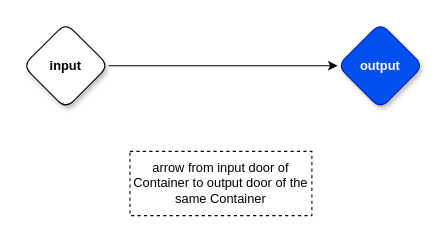
This is page "through" (15 of 31) of DPL syntax/DPL syntax.drawio from guitarvydas/0dproto, a draw.io file, before an edit. Source tidied: cells renumbered, new cells numbered last; positions are measured from the earlier drawing's top-left corner, leaving out a move shared by most shapes. Both pictures are drawn from the tidied source at 107%, with x=0, y=0 at pixel (22, 22).
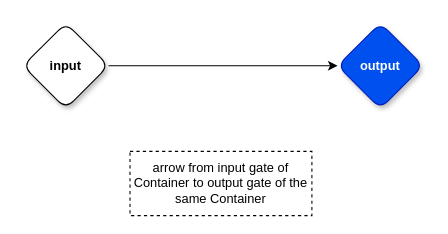
The same diagram, later.

Diff of the diagram source:
```diff
@@
 <mxGraphModel>
   <root>
     <mxCell id="0" />
     <mxCell id="1" parent="0" />
     <mxCell id="2" style="edgeStyle=orthogonalEdgeStyle;rounded=0;jettySize=auto;html=1;exitX=1;exitY=0.5;exitDx=0;exitDy=0;exitPerimeter=0;entryX=0;entryY=0.5;entryDx=0;entryDy=0;entryPerimeter=0;" parent="1" edge="1" source="3" target="4">
       <mxGeometry relative="1" as="geometry" />
     </mxCell>
     <mxCell id="3" value="input" style="rhombus;whiteSpace=wrap;html=1;rounded=1;fontStyle=1;glass=0;sketch=0;fontSize=12;points=[[0,0.5,0,0,0],[0.5,0,0,0,0],[0.5,1,0,0,0],[1,0.5,0,0,0]];shadow=1;" parent="1" vertex="1">
       <mxGeometry width="80" height="80" as="geometry" />
     </mxCell>
     <mxCell id="4" value="output" style="rhombus;whiteSpace=wrap;html=1;rounded=1;fillColor=#0050ef;fontColor=#ffffff;strokeColor=#001DBC;fontStyle=1;glass=0;sketch=0;fontSize=12;points=[[0,0.5,0,0,0],[0.5,0,0,0,0],[0.5,1,0,0,0],[1,0.5,0,0,0]];shadow=1;" parent="1" vertex="1">
       <mxGeometry x="294" width="80" height="80" as="geometry" />
     </mxCell>
-    <mxCell id="5" value="arrow from input door of Container to output door of the same Container" style="rounded=0;whiteSpace=wrap;html=1;dashed=1;" parent="1" vertex="1">
+    <mxCell id="5" value="arrow from input gate of Container to output gate of the same Container" style="rounded=0;whiteSpace=wrap;html=1;dashed=1;" parent="1" vertex="1">
       <mxGeometry x="100" y="120" width="170" height="60" as="geometry" />
     </mxCell>
   </root>
 </mxGraphModel>
```
